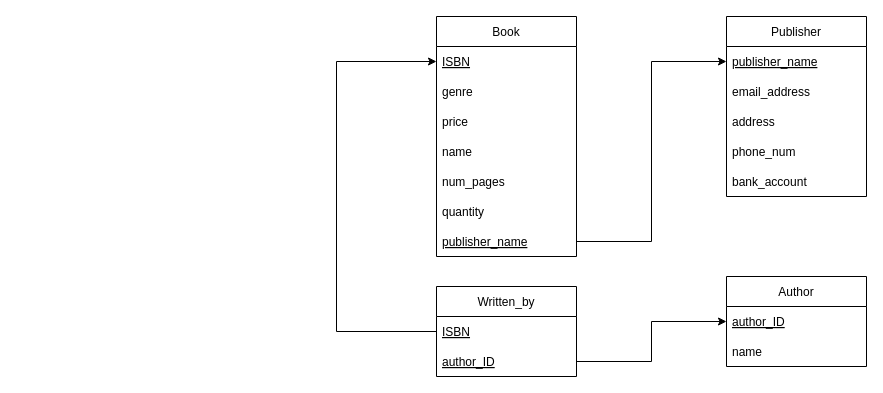
This is BookStoreRelationSchema.drawio from Dylanhism/BookStore, a draw.io file, before an edit. Source tidied: cells renumbered, new cells numbered last; positions are measured from the earlier drawing's top-left corner, leaving out a move shared by most shapes. Both pictures are drawn from the tidied source at 100%, with x=0, y=0 at pixel (336, 16).
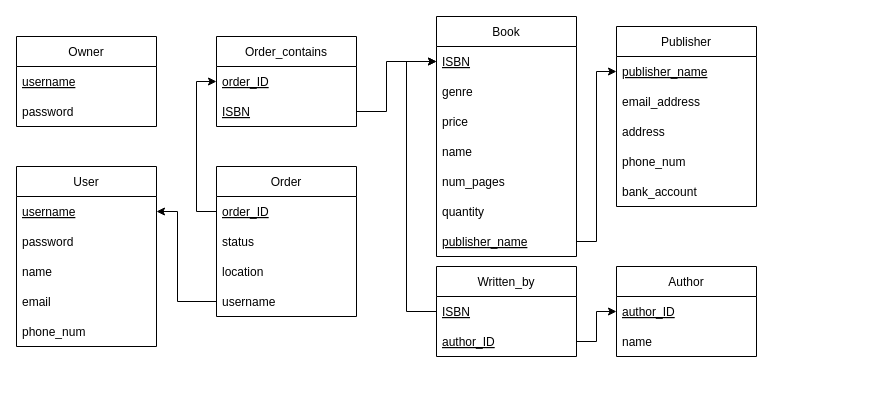
The same diagram, later.

Commit message:
Add order, owner, user, and order_contains to BookStoreRelationSchema.drawio

The change refers to these unchanged cells:
```xml
<mxCell id="6" value="ISBN" style="text;strokeColor=none;fillColor=none;align=left;verticalAlign=middle;spacingLeft=4;spacingRight=4;overflow=hidden;points=[[0,0.5],[1,0.5]];portConstraint=eastwest;fontStyle=4;" parent="5" vertex="1">
  <mxGeometry y="30" width="140" height="30" as="geometry" />
</mxCell>
<mxCell id="10" value="ISBN" style="text;strokeColor=none;fillColor=none;align=left;verticalAlign=middle;spacingLeft=4;spacingRight=4;overflow=hidden;points=[[0,0.5],[1,0.5]];portConstraint=eastwest;fontStyle=4;" parent="9" vertex="1">
  <mxGeometry y="30" width="140" height="30" as="geometry" />
</mxCell>
```

The edit, as a diff of the source:
```diff
@@
     <mxCell id="2" value="Author" style="swimlane;fontStyle=0;horizontal=1;startSize=30;" parent="1" vertex="1">
-      <mxGeometry x="390" y="260" width="140" height="90" as="geometry" />
+      <mxGeometry x="280" y="250" width="140" height="90" as="geometry" />
     </mxCell>
@@
     <mxCell id="5" value="Written_by" style="swimlane;fontStyle=0;horizontal=1;startSize=30;" parent="1" vertex="1">
-      <mxGeometry x="100" y="270" width="140" height="90" as="geometry" />
+      <mxGeometry x="100" y="250" width="140" height="90" as="geometry" />
     </mxCell>
@@
     <mxCell id="17" style="edgeStyle=orthogonalEdgeStyle;rounded=0;jettySize=auto;html=1;entryX=0;entryY=0.5;entryDx=0;entryDy=0;exitX=0;exitY=0.5;exitDx=0;exitDy=0;" parent="1" edge="1" source="6" target="10">
       <mxGeometry relative="1" as="geometry">
         <Array as="points">
-          <mxPoint y="315" />
-          <mxPoint y="45" />
+          <mxPoint x="70" y="295" />
+          <mxPoint x="70" y="45" />
         </Array>
       </mxGeometry>
     </mxCell>
     <mxCell id="18" value="Publisher" style="swimlane;fontStyle=0;horizontal=1;startSize=30;" parent="1" vertex="1">
-      <mxGeometry x="390" width="140" height="180" as="geometry" />
+      <mxGeometry x="280" y="10" width="140" height="180" as="geometry" />
     </mxCell>
@@
+    <mxCell id="25" value="Owner" style="swimlane;fontStyle=0;horizontal=1;startSize=30;" parent="1" vertex="1">
+      <mxGeometry x="-320" y="20" width="140" height="90" as="geometry" />
+    </mxCell>
+    <mxCell id="26" value="username" style="text;strokeColor=none;fillColor=none;align=left;verticalAlign=middle;spacingLeft=4;spacingRight=4;overflow=hidden;fontStyle=4;" parent="25" vertex="1">
+      <mxGeometry y="30" width="140" height="30" as="geometry" />
+    </mxCell>
+    <mxCell id="27" value="password" style="text;strokeColor=none;fillColor=none;align=left;verticalAlign=middle;spacingLeft=4;spacingRight=4;overflow=hidden;fontStyle=0;" parent="25" vertex="1">
+      <mxGeometry y="60" width="140" height="30" as="geometry" />
+    </mxCell>
+    <mxCell id="28" value="User" style="swimlane;fontStyle=0;horizontal=1;startSize=30;" parent="1" vertex="1">
+      <mxGeometry x="-320" y="150" width="140" height="180" as="geometry" />
+    </mxCell>
+    <mxCell id="29" value="username" style="text;strokeColor=none;fillColor=none;align=left;verticalAlign=middle;spacingLeft=4;spacingRight=4;overflow=hidden;points=[[0,0.5],[1,0.5]];portConstraint=eastwest;fontStyle=4;" parent="28" vertex="1">
+      <mxGeometry y="30" width="140" height="30" as="geometry" />
+    </mxCell>
+    <mxCell id="30" value="password" style="text;strokeColor=none;fillColor=none;align=left;verticalAlign=middle;spacingLeft=4;spacingRight=4;overflow=hidden;fontStyle=0;" parent="28" vertex="1">
+      <mxGeometry y="60" width="140" height="30" as="geometry" />
+    </mxCell>
+    <mxCell id="31" value="name" style="text;strokeColor=none;fillColor=none;align=left;verticalAlign=middle;spacingLeft=4;spacingRight=4;overflow=hidden;fontStyle=0;" parent="28" vertex="1">
+      <mxGeometry y="90" width="140" height="30" as="geometry" />
+    </mxCell>
+    <mxCell id="32" value="email" style="text;strokeColor=none;fillColor=none;align=left;verticalAlign=middle;spacingLeft=4;spacingRight=4;overflow=hidden;fontStyle=0;" parent="28" vertex="1">
+      <mxGeometry y="120" width="140" height="30" as="geometry" />
+    </mxCell>
+    <mxCell id="33" value="phone_num" style="text;strokeColor=none;fillColor=none;align=left;verticalAlign=middle;spacingLeft=4;spacingRight=4;overflow=hidden;fontStyle=0;" parent="28" vertex="1">
+      <mxGeometry y="150" width="140" height="30" as="geometry" />
+    </mxCell>
+    <mxCell id="34" value="Order" style="swimlane;fontStyle=0;horizontal=1;startSize=30;" parent="1" vertex="1">
+      <mxGeometry x="-120" y="150" width="140" height="150" as="geometry" />
+    </mxCell>
+    <mxCell id="35" value="order_ID" style="text;strokeColor=none;fillColor=none;align=left;verticalAlign=middle;spacingLeft=4;spacingRight=4;overflow=hidden;points=[[0,0.5],[1,0.5]];portConstraint=eastwest;fontStyle=4;" parent="34" vertex="1">
+      <mxGeometry y="30" width="140" height="30" as="geometry" />
+    </mxCell>
+    <mxCell id="36" value="status" style="text;strokeColor=none;fillColor=none;align=left;verticalAlign=middle;spacingLeft=4;spacingRight=4;overflow=hidden;fontStyle=0;" parent="34" vertex="1">
+      <mxGeometry y="60" width="140" height="30" as="geometry" />
+    </mxCell>
+    <mxCell id="37" value="location" style="text;strokeColor=none;fillColor=none;align=left;verticalAlign=middle;spacingLeft=4;spacingRight=4;overflow=hidden;fontStyle=0;" parent="34" vertex="1">
+      <mxGeometry y="90" width="140" height="30" as="geometry" />
+    </mxCell>
+    <mxCell id="38" value="username" style="text;strokeColor=none;fillColor=none;align=left;verticalAlign=middle;spacingLeft=4;spacingRight=4;overflow=hidden;points=[[0,0.5],[1,0.5]];portConstraint=eastwest;fontStyle=0;" parent="34" vertex="1">
+      <mxGeometry y="120" width="140" height="30" as="geometry" />
+    </mxCell>
+    <mxCell id="39" style="edgeStyle=orthogonalEdgeStyle;rounded=0;jettySize=auto;html=1;entryX=1;entryY=0.5;entryDx=0;entryDy=0;exitX=0;exitY=0.5;exitDx=0;exitDy=0;" parent="1" edge="1" source="38" target="29">
+      <mxGeometry relative="1" as="geometry">
+        <Array as="points">
+          <mxPoint x="-159" y="285" />
+          <mxPoint x="-159" y="195" />
+        </Array>
+      </mxGeometry>
+    </mxCell>
+    <mxCell id="40" value="Order_contains" style="swimlane;fontStyle=0;horizontal=1;startSize=30;" parent="1" vertex="1">
+      <mxGeometry x="-120" y="20" width="140" height="90" as="geometry" />
+    </mxCell>
+    <mxCell id="41" value="order_ID" style="text;strokeColor=none;fillColor=none;align=left;verticalAlign=middle;spacingLeft=4;spacingRight=4;overflow=hidden;points=[[0,0.5],[1,0.5]];portConstraint=eastwest;fontStyle=4;" parent="40" vertex="1">
+      <mxGeometry y="30" width="140" height="30" as="geometry" />
+    </mxCell>
+    <mxCell id="42" value="ISBN" style="text;strokeColor=none;fillColor=none;align=left;verticalAlign=middle;spacingLeft=4;spacingRight=4;overflow=hidden;points=[[0,0.5],[1,0.5]];portConstraint=eastwest;fontStyle=4;" parent="40" vertex="1">
+      <mxGeometry y="60" width="140" height="30" as="geometry" />
+    </mxCell>
+    <mxCell id="43" style="edgeStyle=orthogonalEdgeStyle;rounded=0;jettySize=auto;html=1;entryX=0;entryY=0.5;entryDx=0;entryDy=0;" parent="1" edge="1" source="42" target="10">
+      <mxGeometry relative="1" as="geometry">
+        <Array as="points">
+          <mxPoint x="50" y="95" />
+          <mxPoint x="50" y="45" />
+        </Array>
+      </mxGeometry>
+    </mxCell>
+    <mxCell id="44" style="edgeStyle=orthogonalEdgeStyle;rounded=0;jettySize=auto;html=1;entryX=0;entryY=0.5;entryDx=0;entryDy=0;exitX=0;exitY=0.5;exitDx=0;exitDy=0;" parent="1" edge="1" source="35" target="41">
+      <mxGeometry relative="1" as="geometry">
+        <Array as="points">
+          <mxPoint x="-140" y="195" />
+          <mxPoint x="-140" y="65" />
+        </Array>
+      </mxGeometry>
+    </mxCell>
```
